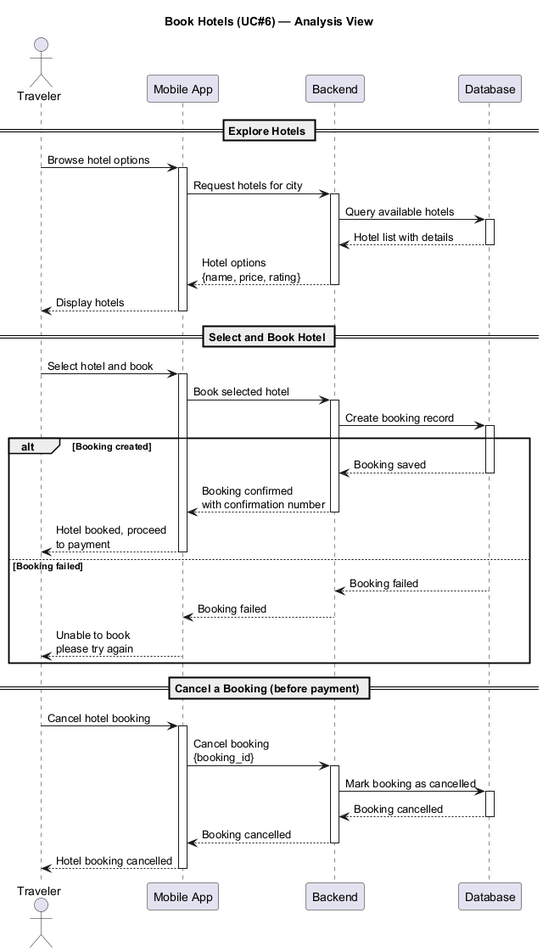
Earlier version of the PlantUML export docs/Diagrams/Hotel_Booking_Flow.png (AbdelrahmanMostafa33/TourMate-AI). The source it was exported from:
```plantuml
@startuml Hotel_Booking_Flow
title Book Hotels (UC#6) — Analysis View

actor Traveler
participant "Mobile App" as App
participant "Backend" as Backend
participant "Database" as DB

== Explore Hotels ==

Traveler -> App: Browse hotel options
activate App

App -> Backend: Request hotels for city
activate Backend

Backend -> DB: Query available hotels
activate DB
DB --> Backend: Hotel list with details
deactivate DB

Backend --> App: Hotel options\n{name, price, rating}
deactivate Backend

App --> Traveler: Display hotels
deactivate App

== Select and Book Hotel ==

Traveler -> App: Select hotel and book
activate App

App -> Backend: Book selected hotel
activate Backend

Backend -> DB: Create booking record
activate DB

alt Booking created
  DB --> Backend: Booking saved
  deactivate DB

  Backend --> App: Booking confirmed\nwith confirmation number
  deactivate Backend

  App --> Traveler: Hotel booked, proceed\nto payment
  deactivate App

else Booking failed
  DB --> Backend: Booking failed
  deactivate DB

  Backend --> App: Booking failed
  deactivate Backend

  App --> Traveler: Unable to book\nplease try again
  deactivate App
end

== Cancel a Booking (before payment) ==

Traveler -> App: Cancel hotel booking
activate App

App -> Backend: Cancel booking\n{booking_id}
activate Backend

Backend -> DB: Mark booking as cancelled
activate DB
DB --> Backend: Booking cancelled
deactivate DB

Backend --> App: Booking cancelled
deactivate Backend

App --> Traveler: Hotel booking cancelled
deactivate App

@enduml
```
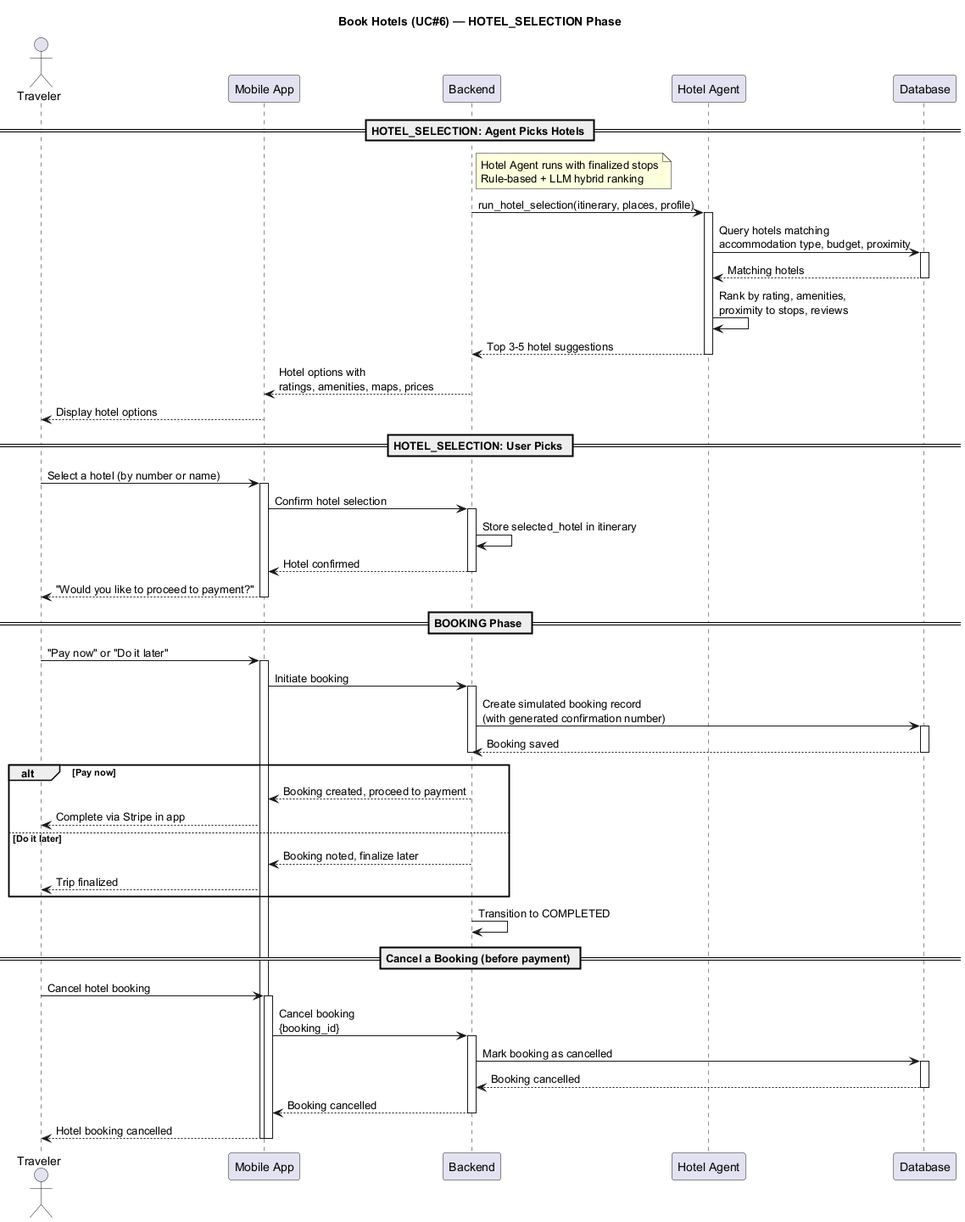
After the commit.

Diff of the diagram source:
```diff
@@ -1,61 +1,72 @@
 @startuml Hotel_Booking_Flow
-title Book Hotels (UC#6) — Analysis View
+title Book Hotels (UC#6) — HOTEL_SELECTION Phase
 
 actor Traveler
 participant "Mobile App" as App
 participant "Backend" as Backend
+participant "Hotel Agent" as HotelAgent
 participant "Database" as DB
 
-== Explore Hotels ==
+== HOTEL_SELECTION: Agent Picks Hotels ==
 
-Traveler -> App: Browse hotel options
+Note right of Backend: Hotel Agent runs with finalized stops\nRule-based + LLM hybrid ranking
+
+Backend -> HotelAgent: run_hotel_selection(itinerary, places, profile)
+activate HotelAgent
+
+HotelAgent -> DB: Query hotels matching\naccommodation type, budget, proximity
+activate DB
+DB --> HotelAgent: Matching hotels
+deactivate DB
+
+HotelAgent -> HotelAgent: Rank by rating, amenities,\nproximity to stops, reviews
+HotelAgent --> Backend: Top 3-5 hotel suggestions
+deactivate HotelAgent
+
+Backend --> App: Hotel options with\nratings, amenities, maps, prices
+deactivate Backend
+
+App --> Traveler: Display hotel options
+deactivate App
+
+== HOTEL_SELECTION: User Picks ==
+
+Traveler -> App: Select a hotel (by number or name)
 activate App
 
-App -> Backend: Request hotels for city
+App -> Backend: Confirm hotel selection
 activate Backend
 
-Backend -> DB: Query available hotels
+Backend -> Backend: Store selected_hotel in itinerary
+Backend --> App: Hotel confirmed
+deactivate Backend
+
+App --> Traveler: "Would you like to proceed to payment?"
+deactivate App
+
+== BOOKING Phase ==
+
+Traveler -> App: "Pay now" or "Do it later"
+activate App
+
+App -> Backend: Initiate booking
+activate Backend
+
+Backend -> DB: Create simulated booking record\n(with generated confirmation number)
 activate DB
-DB --> Backend: Hotel list with details
+DB --> Backend: Booking saved
+deactivate Backend
 deactivate DB
 
-Backend --> App: Hotel options\n{name, price, rating}
-deactivate Backend
+alt Pay now
+  Backend --> App: Booking created, proceed to payment
+  App --> Traveler: Complete via Stripe in app
+else Do it later
+  Backend --> App: Booking noted, finalize later
+  App --> Traveler: Trip finalized
+end
 
-App --> Traveler: Display hotels
-deactivate App
-
-== Select and Book Hotel ==
-
-Traveler -> App: Select hotel and book
-activate App
-
-App -> Backend: Book selected hotel
-activate Backend
-
-Backend -> DB: Create booking record
-activate DB
-
-alt Booking created
-  DB --> Backend: Booking saved
-  deactivate DB
-
-  Backend --> App: Booking confirmed\nwith confirmation number
-  deactivate Backend
-
-  App --> Traveler: Hotel booked, proceed\nto payment
-  deactivate App
-
-else Booking failed
-  DB --> Backend: Booking failed
-  deactivate DB
-
-  Backend --> App: Booking failed
-  deactivate Backend
-
-  App --> Traveler: Unable to book\nplease try again
-  deactivate App
-end
+Backend -> Backend: Transition to COMPLETED
 
 == Cancel a Booking (before payment) ==
 
```
